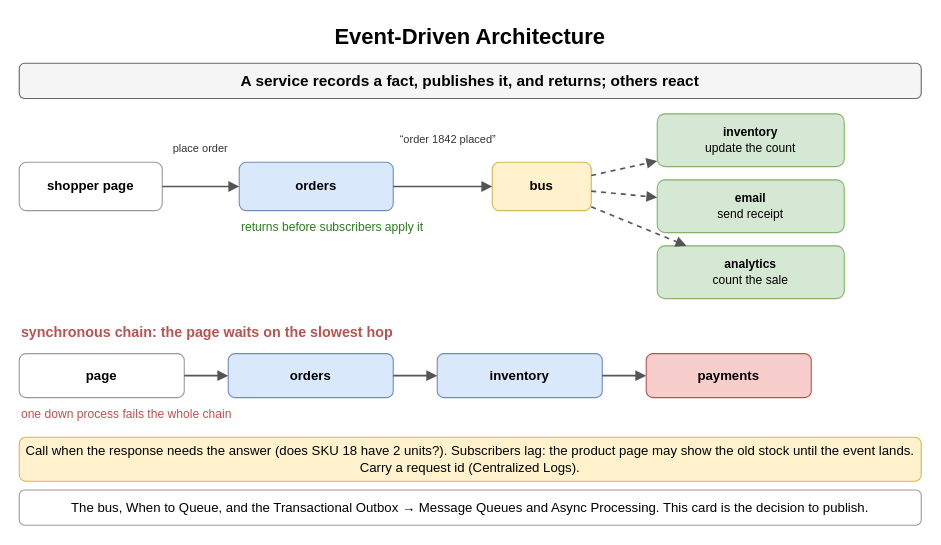
Before: page "Event-Driven Architecture" (6 of 9) of content/09_System_Design_Interview/12_Microservices_and_System_Decomposition/diagrams/microservices.drawio in amendez13/swe-study-guide, a draw.io diagram. Source tidied: cells renumbered, new cells numbered last; positions are measured from the earlier drawing's top-left corner, leaving out a move shared by most shapes. Both pictures are drawn from the tidied source at 110%, with x=0, y=0 at pixel (19, 19).
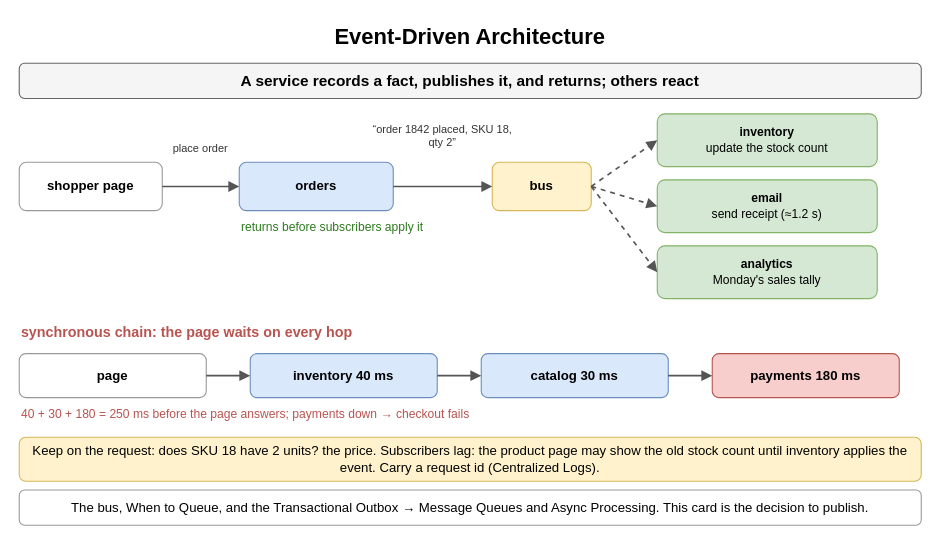
The same diagram, later.

Unchanged cells that the change refers to:
```xml
<mxCell id="6" value="bus" style="rounded=1;whiteSpace=wrap;html=1;fillColor=#fff2cc;strokeColor=#d6b656;fontSize=12;align=center;fontStyle=1;" parent="1" vertex="1">
  <mxGeometry x="430" y="130" width="90" height="44" as="geometry" />
</mxCell>
```

The edit, as a diff of the source:
```diff
@@
-    <mxCell id="10" value="“order 1842 placed”" style="text;html=1;whiteSpace=wrap;fontSize=11;align=center;verticalAlign=middle;fontSize=10;fontColor=#333333;" parent="1" vertex="1">
-      <mxGeometry x="330" y="94" width="120" height="30" as="geometry" />
+    <mxCell id="10" value="“order 1842 placed, SKU 18, qty 2”" style="text;html=1;whiteSpace=wrap;fontSize=11;align=center;verticalAlign=middle;fontSize=10;fontColor=#333333;" parent="1" vertex="1">
+      <mxGeometry x="320" y="86" width="130" height="40" as="geometry" />
     </mxCell>
-    <mxCell id="11" value="inventory&lt;br&gt;&lt;span style='font-weight:normal'&gt;update the count&lt;/span&gt;" style="rounded=1;whiteSpace=wrap;html=1;fillColor=#d5e8d4;strokeColor=#82b366;fontSize=11;align=center;fontStyle=1;" parent="1" vertex="1">
-      <mxGeometry x="580" y="86" width="170" height="48" as="geometry" />
+    <mxCell id="11" value="inventory&lt;br&gt;&lt;span style='font-weight:normal'&gt;update the stock count&lt;/span&gt;" style="rounded=1;whiteSpace=wrap;html=1;fillColor=#d5e8d4;strokeColor=#82b366;fontSize=11;align=center;fontStyle=1;" parent="1" vertex="1">
+      <mxGeometry x="580" y="86" width="200" height="48" as="geometry" />
     </mxCell>
-    <mxCell id="12" style="endArrow=block;endSize=6;html=1;strokeWidth=1.5;strokeColor=#555555;fontSize=11;labelBackgroundColor=#ffffff;dashed=1;" parent="1" edge="1" source="6" target="11">
+    <mxCell id="12" style="endArrow=block;endSize=6;html=1;strokeWidth=1.5;strokeColor=#555555;fontSize=11;labelBackgroundColor=#ffffff;dashed=1;exitX=1;exitY=0.5;entryX=0;entryY=0.5;" parent="1" edge="1" source="6" target="11">
       <mxGeometry relative="1" as="geometry" />
     </mxCell>
-    <mxCell id="13" value="email&lt;br&gt;&lt;span style='font-weight:normal'&gt;send receipt&lt;/span&gt;" style="rounded=1;whiteSpace=wrap;html=1;fillColor=#d5e8d4;strokeColor=#82b366;fontSize=11;align=center;fontStyle=1;" parent="1" vertex="1">
-      <mxGeometry x="580" y="146" width="170" height="48" as="geometry" />
+    <mxCell id="13" value="email&lt;br&gt;&lt;span style='font-weight:normal'&gt;send receipt (≈1.2 s)&lt;/span&gt;" style="rounded=1;whiteSpace=wrap;html=1;fillColor=#d5e8d4;strokeColor=#82b366;fontSize=11;align=center;fontStyle=1;" parent="1" vertex="1">
+      <mxGeometry x="580" y="146" width="200" height="48" as="geometry" />
     </mxCell>
-    <mxCell id="14" style="endArrow=block;endSize=6;html=1;strokeWidth=1.5;strokeColor=#555555;fontSize=11;labelBackgroundColor=#ffffff;dashed=1;" parent="1" edge="1" source="6" target="13">
+    <mxCell id="14" style="endArrow=block;endSize=6;html=1;strokeWidth=1.5;strokeColor=#555555;fontSize=11;labelBackgroundColor=#ffffff;dashed=1;exitX=1;exitY=0.5;entryX=0;entryY=0.5;" parent="1" edge="1" source="6" target="13">
       <mxGeometry relative="1" as="geometry" />
     </mxCell>
-    <mxCell id="15" value="analytics&lt;br&gt;&lt;span style='font-weight:normal'&gt;count the sale&lt;/span&gt;" style="rounded=1;whiteSpace=wrap;html=1;fillColor=#d5e8d4;strokeColor=#82b366;fontSize=11;align=center;fontStyle=1;" parent="1" vertex="1">
-      <mxGeometry x="580" y="206" width="170" height="48" as="geometry" />
+    <mxCell id="15" value="analytics&lt;br&gt;&lt;span style='font-weight:normal'&gt;Monday's sales tally&lt;/span&gt;" style="rounded=1;whiteSpace=wrap;html=1;fillColor=#d5e8d4;strokeColor=#82b366;fontSize=11;align=center;fontStyle=1;" parent="1" vertex="1">
+      <mxGeometry x="580" y="206" width="200" height="48" as="geometry" />
     </mxCell>
-    <mxCell id="16" style="endArrow=block;endSize=6;html=1;strokeWidth=1.5;strokeColor=#555555;fontSize=11;labelBackgroundColor=#ffffff;dashed=1;" parent="1" edge="1" source="6" target="15">
+    <mxCell id="16" style="endArrow=block;endSize=6;html=1;strokeWidth=1.5;strokeColor=#555555;fontSize=11;labelBackgroundColor=#ffffff;dashed=1;exitX=1;exitY=0.5;entryX=0;entryY=0.5;" parent="1" edge="1" source="6" target="15">
       <mxGeometry relative="1" as="geometry" />
     </mxCell>
@@
-    <mxCell id="18" value="synchronous chain: the page waits on the slowest hop" style="text;html=1;whiteSpace=wrap;fontSize=11;align=left;verticalAlign=middle;fontSize=13;fontColor=#b85450;fontStyle=1;" parent="1" vertex="1">
+    <mxCell id="18" value="synchronous chain: the page waits on every hop" style="text;html=1;whiteSpace=wrap;fontSize=11;align=left;verticalAlign=middle;fontSize=13;fontColor=#b85450;fontStyle=1;" parent="1" vertex="1">
       <mxGeometry y="274" width="600" height="20" as="geometry" />
     </mxCell>
     <mxCell id="19" value="page" style="rounded=1;whiteSpace=wrap;html=1;fillColor=#ffffff;strokeColor=#999999;fontSize=12;align=center;fontStyle=1;" parent="1" vertex="1">
-      <mxGeometry y="304" width="150" height="40" as="geometry" />
+      <mxGeometry y="304" width="170" height="40" as="geometry" />
     </mxCell>
-    <mxCell id="20" value="orders" style="rounded=1;whiteSpace=wrap;html=1;fillColor=#dae8fc;strokeColor=#6c8ebf;fontSize=12;align=center;fontStyle=1;" parent="1" vertex="1">
-      <mxGeometry x="190" y="304" width="150" height="40" as="geometry" />
+    <mxCell id="20" value="inventory 40 ms" style="rounded=1;whiteSpace=wrap;html=1;fillColor=#dae8fc;strokeColor=#6c8ebf;fontSize=12;align=center;fontStyle=1;" parent="1" vertex="1">
+      <mxGeometry x="210" y="304" width="170" height="40" as="geometry" />
     </mxCell>
-    <mxCell id="21" value="inventory" style="rounded=1;whiteSpace=wrap;html=1;fillColor=#dae8fc;strokeColor=#6c8ebf;fontSize=12;align=center;fontStyle=1;" parent="1" vertex="1">
-      <mxGeometry x="380" y="304" width="150" height="40" as="geometry" />
+    <mxCell id="21" value="catalog 30 ms" style="rounded=1;whiteSpace=wrap;html=1;fillColor=#dae8fc;strokeColor=#6c8ebf;fontSize=12;align=center;fontStyle=1;" parent="1" vertex="1">
+      <mxGeometry x="420" y="304" width="170" height="40" as="geometry" />
     </mxCell>
-    <mxCell id="22" value="payments" style="rounded=1;whiteSpace=wrap;html=1;fillColor=#f8cecc;strokeColor=#b85450;fontSize=12;align=center;fontStyle=1;" parent="1" vertex="1">
-      <mxGeometry x="570" y="304" width="150" height="40" as="geometry" />
+    <mxCell id="22" value="payments 180 ms" style="rounded=1;whiteSpace=wrap;html=1;fillColor=#f8cecc;strokeColor=#b85450;fontSize=12;align=center;fontStyle=1;" parent="1" vertex="1">
+      <mxGeometry x="630" y="304" width="170" height="40" as="geometry" />
     </mxCell>
@@
-    <mxCell id="26" value="one down process fails the whole chain" style="text;html=1;whiteSpace=wrap;fontSize=11;align=left;verticalAlign=middle;fontSize=11;fontColor=#b85450;" parent="1" vertex="1">
-      <mxGeometry y="350" width="600" height="18" as="geometry" />
+    <mxCell id="26" value="40 + 30 + 180 = 250 ms before the page answers; payments down → checkout fails" style="text;html=1;whiteSpace=wrap;fontSize=11;align=left;verticalAlign=middle;fontSize=11;fontColor=#b85450;" parent="1" vertex="1">
+      <mxGeometry y="350" width="820" height="18" as="geometry" />
     </mxCell>
-    <mxCell id="27" value="Call when the response needs the answer (does SKU 18 have 2 units?). Subscribers lag: the product page may show the old stock until the event lands. Carry a request id (Centralized Logs)." style="rounded=1;whiteSpace=wrap;html=1;fillColor=#fff2cc;strokeColor=#d6b656;fontSize=12;align=center;" parent="1" vertex="1">
+    <mxCell id="27" value="Keep on the request: does SKU 18 have 2 units? the price. Subscribers lag: the product page may show the old stock count until inventory applies the event. Carry a request id (Centralized Logs)." style="rounded=1;whiteSpace=wrap;html=1;fillColor=#fff2cc;strokeColor=#d6b656;fontSize=12;align=center;" parent="1" vertex="1">
       <mxGeometry y="380" width="820" height="40" as="geometry" />
     </mxCell>
```
